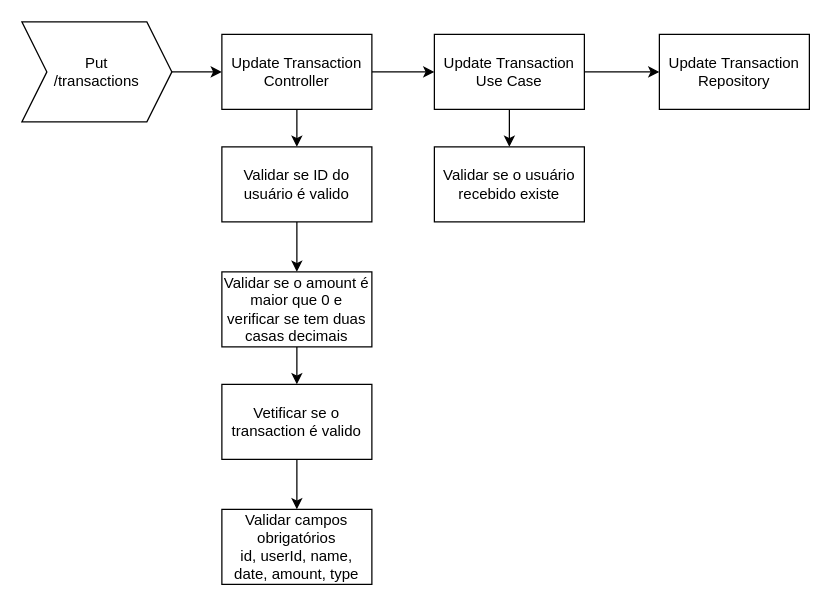
The draw.io diagram page "Update-Transaction" (2 of 3) of finance-pro.drawio in edumatheus65/finance-manager-pro, before the edit. Source tidied: cells renumbered, new cells numbered last; positions are measured from the earlier drawing's top-left corner, leaving out a move shared by most shapes. Both pictures are drawn from the tidied source at 125%, with x=0, y=0 at pixel (21, 21).
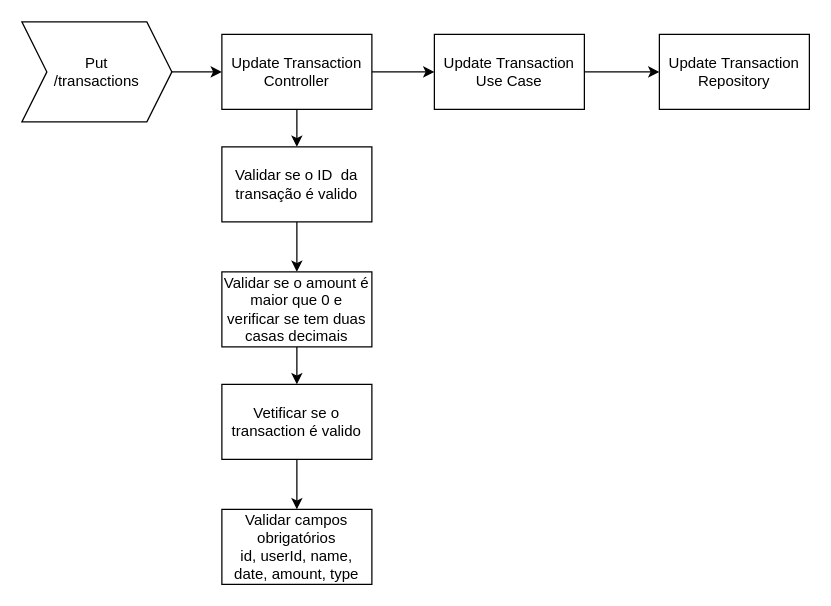
After the change.

Diff of the diagram source:
```diff
@@
 <mxGraphModel>
   <root>
     <mxCell id="0" />
     <mxCell id="1" parent="0" />
     <mxCell id="2" style="edgeStyle=orthogonalEdgeStyle;rounded=0;jettySize=auto;html=1;entryX=0;entryY=0.5;entryDx=0;entryDy=0;" parent="1" edge="1" source="3" target="6">
       <mxGeometry relative="1" as="geometry" />
     </mxCell>
     <mxCell id="3" value="Put&lt;div&gt;/transactions&lt;/div&gt;" style="shape=step;perimeter=stepPerimeter;whiteSpace=wrap;html=1;fixedSize=1;" parent="1" vertex="1">
       <mxGeometry width="120" height="80" as="geometry" />
     </mxCell>
     <mxCell id="4" style="edgeStyle=orthogonalEdgeStyle;rounded=0;jettySize=auto;html=1;entryX=0;entryY=0.5;entryDx=0;entryDy=0;" parent="1" edge="1" source="6" target="9">
       <mxGeometry relative="1" as="geometry" />
     </mxCell>
     <mxCell id="5" style="edgeStyle=orthogonalEdgeStyle;rounded=0;jettySize=auto;html=1;entryX=0.5;entryY=0;entryDx=0;entryDy=0;" parent="1" edge="1" source="6" target="12">
       <mxGeometry relative="1" as="geometry" />
     </mxCell>
     <mxCell id="6" value="Update Transaction Controller" style="rounded=0;whiteSpace=wrap;html=1;" parent="1" vertex="1">
       <mxGeometry x="160" y="10" width="120" height="60" as="geometry" />
     </mxCell>
     <mxCell id="7" style="edgeStyle=orthogonalEdgeStyle;rounded=0;jettySize=auto;html=1;entryX=0;entryY=0.5;entryDx=0;entryDy=0;" parent="1" edge="1" source="9" target="10">
       <mxGeometry relative="1" as="geometry" />
     </mxCell>
-    <mxCell id="8" style="edgeStyle=orthogonalEdgeStyle;rounded=0;jettySize=auto;html=1;entryX=0.5;entryY=0;entryDx=0;entryDy=0;" parent="1" edge="1" source="9" target="17">
-      <mxGeometry relative="1" as="geometry" />
-    </mxCell>
     <mxCell id="9" value="Update&amp;nbsp;Transaction Use Case" style="rounded=0;whiteSpace=wrap;html=1;" parent="1" vertex="1">
       <mxGeometry x="330" y="10" width="120" height="60" as="geometry" />
     </mxCell>
     <mxCell id="10" value="Update&amp;nbsp;Transaction Repository" style="rounded=0;whiteSpace=wrap;html=1;" parent="1" vertex="1">
       <mxGeometry x="510" y="10" width="120" height="60" as="geometry" />
     </mxCell>
     <mxCell id="11" style="edgeStyle=orthogonalEdgeStyle;rounded=0;jettySize=auto;html=1;entryX=0.5;entryY=0;entryDx=0;entryDy=0;" parent="1" edge="1" source="12" target="14">
       <mxGeometry relative="1" as="geometry" />
     </mxCell>
-    <mxCell id="12" value="Validar se ID do usuário é valido" style="rounded=0;whiteSpace=wrap;html=1;" parent="1" vertex="1">
+    <mxCell id="12" value="Validar se o ID&amp;nbsp; da transação é valido" style="rounded=0;whiteSpace=wrap;html=1;" parent="1" vertex="1">
       <mxGeometry x="160" y="100" width="120" height="60" as="geometry" />
     </mxCell>
     <mxCell id="13" style="edgeStyle=orthogonalEdgeStyle;rounded=0;jettySize=auto;html=1;entryX=0.5;entryY=0;entryDx=0;entryDy=0;" parent="1" edge="1" source="14" target="16">
       <mxGeometry relative="1" as="geometry" />
     </mxCell>
     <mxCell id="14" value="Validar se o amount é maior que 0 e verificar se tem duas casas decimais" style="rounded=0;whiteSpace=wrap;html=1;" parent="1" vertex="1">
       <mxGeometry x="160" y="200" width="120" height="60" as="geometry" />
     </mxCell>
     <mxCell id="15" style="edgeStyle=orthogonalEdgeStyle;rounded=0;jettySize=auto;html=1;entryX=0.5;entryY=0;entryDx=0;entryDy=0;" parent="1" edge="1" source="16" target="18">
       <mxGeometry relative="1" as="geometry" />
     </mxCell>
     <mxCell id="16" value="Vetificar se o transaction é valido" style="rounded=0;whiteSpace=wrap;html=1;" parent="1" vertex="1">
       <mxGeometry x="160" y="290" width="120" height="60" as="geometry" />
     </mxCell>
-    <mxCell id="17" value="Validar se o usuário recebido existe" style="rounded=0;whiteSpace=wrap;html=1;" parent="1" vertex="1">
-      <mxGeometry x="330" y="100" width="120" height="60" as="geometry" />
-    </mxCell>
     <mxCell id="18" value="Validar campos obrigatórios&lt;div&gt;id,&amp;nbsp;&lt;span style=&quot;background-color: initial;&quot;&gt;userId,&amp;nbsp;&lt;/span&gt;&lt;span style=&quot;background-color: initial;&quot;&gt;name, date, amount, type&lt;/span&gt;&lt;/div&gt;" style="rounded=0;whiteSpace=wrap;html=1;" parent="1" vertex="1">
       <mxGeometry x="160" y="390" width="120" height="60" as="geometry" />
     </mxCell>
   </root>
 </mxGraphModel>
```
